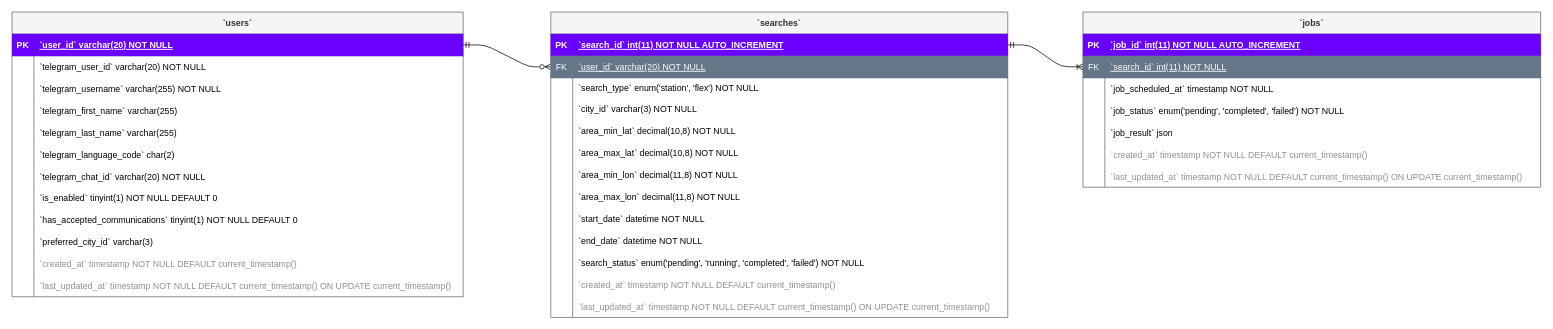
Above: docs/entities.drawio in FloDevelops/communautofinder_telegrambot_python (draw.io), before the change. Source tidied: cells renumbered, new cells numbered last; positions are measured from the earlier drawing's top-left corner, leaving out a move shared by most shapes. Both pictures are drawn from the tidied source at 73%, with x=0, y=0 at pixel (12, 12).
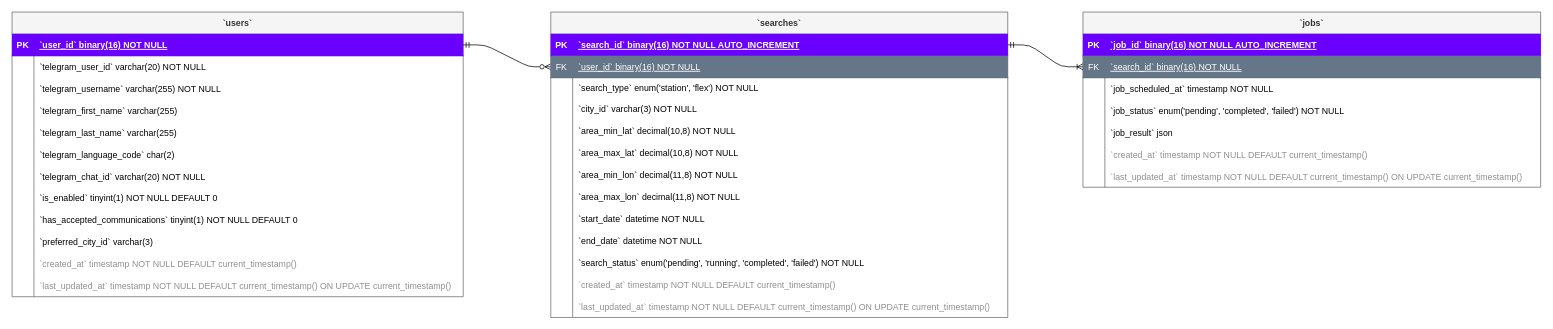
The same page after the edit.

Commit message (it also covers changes not shown here):
fix schemas and models

Unchanged cells that the change refers to:
```xml
<mxCell id="3" style="shape=tableRow;horizontal=0;startSize=0;swimlaneHead=0;swimlaneBody=0;fillColor=#6a00ff;points=[[0,0.5],[1,0.5]];portConstraint=eastwest;top=0;left=0;right=0;bottom=1;strokeColor=#3700CC;fontColor=#ffffff;" parent="2" vertex="1">
  <mxGeometry y="30" width="618" height="30" as="geometry" />
</mxCell>
<mxCell id="40" style="shape=tableRow;horizontal=0;startSize=0;swimlaneHead=0;swimlaneBody=0;fillColor=#6a00ff;top=0;left=0;right=0;bottom=1;fontColor=#ffffff;strokeColor=#3700CC;" parent="39" vertex="1">
  <mxGeometry y="30" width="627" height="30" as="geometry" />
</mxCell>
<mxCell id="43" style="shape=tableRow;horizontal=0;startSize=0;swimlaneHead=0;swimlaneBody=0;fillColor=#647687;points=[[0,0.5],[1,0.5]];portConstraint=eastwest;top=0;left=0;right=0;bottom=1;fontColor=#ffffff;strokeColor=#314354;" parent="39" vertex="1">
  <mxGeometry y="60" width="627" height="30" as="geometry" />
</mxCell>
<mxCell id="66" style="shape=tableRow;horizontal=0;startSize=0;swimlaneHead=0;swimlaneBody=0;fillColor=#6a00ff;points=[[0,0.5],[1,0.5]];portConstraint=eastwest;top=0;left=0;right=0;bottom=1;fontColor=#ffffff;strokeColor=#3700CC;" parent="65" vertex="1">
  <mxGeometry y="30" width="626" height="30" as="geometry" />
</mxCell>
<mxCell id="69" style="shape=tableRow;horizontal=0;startSize=0;swimlaneHead=0;swimlaneBody=0;fillColor=#647687;points=[[0,0.5],[1,0.5]];portConstraint=eastwest;top=0;left=0;right=0;bottom=1;strokeColor=#314354;fontColor=#ffffff;" parent="65" vertex="1">
  <mxGeometry y="60" width="626" height="30" as="geometry" />
</mxCell>
```

The edit, as a diff of the source:
```diff
@@
-    <mxCell id="5" value="`user_id` varchar(20) NOT NULL" style="shape=partialRectangle;overflow=hidden;fillColor=#6a00ff;align=left;top=0;left=0;bottom=0;right=0;spacingLeft=6;fontStyle=5;strokeColor=#3700CC;fontColor=#ffffff;" parent="3" vertex="1">
+    <mxCell id="5" value="`user_id` binary(16) NOT NULL" style="shape=partialRectangle;overflow=hidden;fillColor=#6a00ff;align=left;top=0;left=0;bottom=0;right=0;spacingLeft=6;fontStyle=5;strokeColor=#3700CC;fontColor=#ffffff;" parent="3" vertex="1">
       <mxGeometry x="30" width="588" height="30" as="geometry" />
     </mxCell>
@@
-    <mxCell id="42" value="`job_id` int(11) NOT NULL AUTO_INCREMENT" style="shape=partialRectangle;overflow=hidden;fillColor=#6a00ff;align=left;top=0;left=0;bottom=0;right=0;spacingLeft=6;fontStyle=5;fontColor=#ffffff;strokeColor=#3700CC;" parent="40" vertex="1">
+    <mxCell id="42" value="`job_id` binary(16) NOT NULL AUTO_INCREMENT" style="shape=partialRectangle;overflow=hidden;fillColor=#6a00ff;align=left;top=0;left=0;bottom=0;right=0;spacingLeft=6;fontStyle=5;fontColor=#ffffff;strokeColor=#3700CC;" parent="40" vertex="1">
       <mxGeometry x="30" width="597" height="30" as="geometry" />
     </mxCell>
@@
-    <mxCell id="45" value="`search_id` int(11) NOT NULL" style="shape=partialRectangle;overflow=hidden;fillColor=#647687;align=left;top=0;left=0;bottom=0;right=0;spacingLeft=6;fontStyle=4;fontColor=#ffffff;strokeColor=#314354;" parent="43" vertex="1">
+    <mxCell id="45" value="`search_id` binary(16) NOT NULL" style="shape=partialRectangle;overflow=hidden;fillColor=#647687;align=left;top=0;left=0;bottom=0;right=0;spacingLeft=6;fontStyle=4;fontColor=#ffffff;strokeColor=#314354;" parent="43" vertex="1">
       <mxGeometry x="30" width="597" height="30" as="geometry" />
     </mxCell>
@@
-    <mxCell id="68" value="`search_id` int(11) NOT NULL AUTO_INCREMENT" style="shape=partialRectangle;overflow=hidden;fillColor=#6a00ff;align=left;top=0;left=0;bottom=0;right=0;spacingLeft=6;fontStyle=5;fontColor=#ffffff;strokeColor=#3700CC;" parent="66" vertex="1">
+    <mxCell id="68" value="`search_id` binary(16) NOT NULL AUTO_INCREMENT" style="shape=partialRectangle;overflow=hidden;fillColor=#6a00ff;align=left;top=0;left=0;bottom=0;right=0;spacingLeft=6;fontStyle=5;fontColor=#ffffff;strokeColor=#3700CC;" parent="66" vertex="1">
       <mxGeometry x="30" width="596" height="30" as="geometry" />
     </mxCell>
@@
-    <mxCell id="71" value="`user_id` varchar(20) NOT NULL" style="shape=partialRectangle;overflow=hidden;fillColor=#647687;align=left;top=0;left=0;bottom=0;right=0;spacingLeft=6;fontStyle=4;strokeColor=#314354;fontColor=#ffffff;" parent="69" vertex="1">
+    <mxCell id="71" value="`user_id` binary(16) NOT NULL" style="shape=partialRectangle;overflow=hidden;fillColor=#647687;align=left;top=0;left=0;bottom=0;right=0;spacingLeft=6;fontStyle=4;strokeColor=#314354;fontColor=#ffffff;" parent="69" vertex="1">
       <mxGeometry x="30" width="596" height="30" as="geometry" />
     </mxCell>
```
